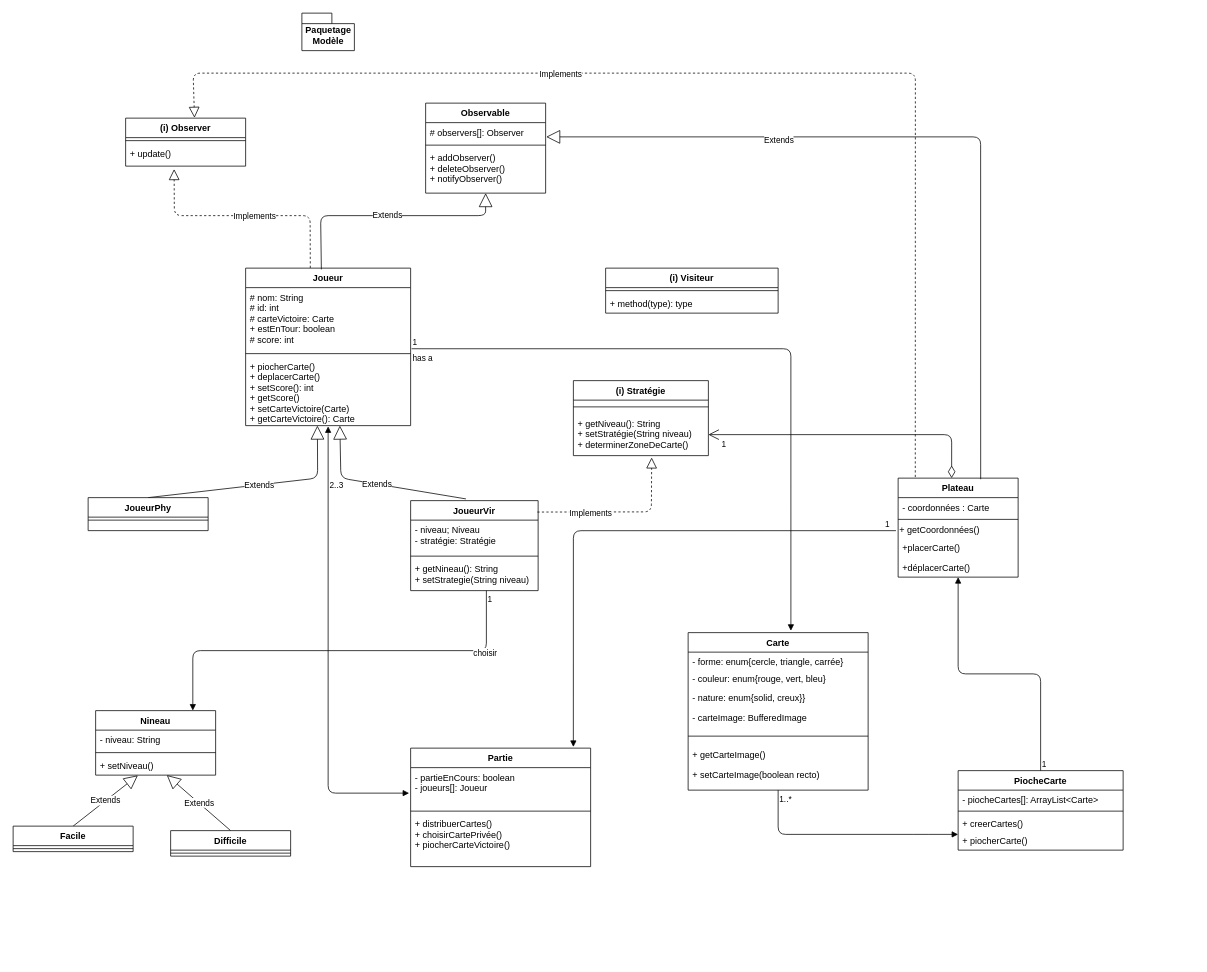
Before: classe_paquetageModèle.drawio in codingTheWorld777/Diagrams-Project_SHAPE_UP, a draw.io diagram. Source tidied: cells renumbered, new cells numbered last; positions are measured from the earlier drawing's top-left corner, leaving out a move shared by most shapes. Both pictures are drawn from the tidied source at 75%, with x=0, y=0 at pixel (13, 13).
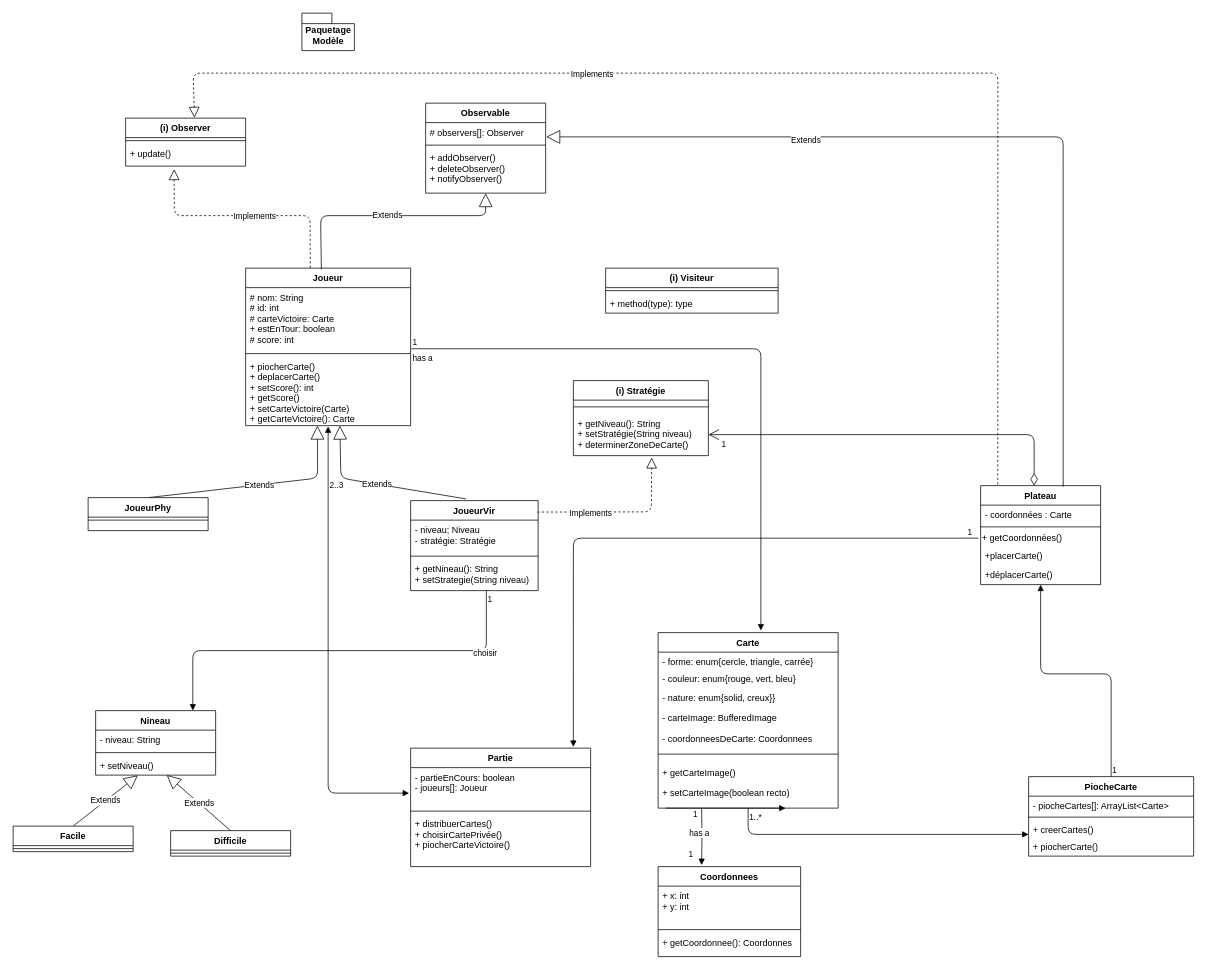
The same page after the edit.

The change refers to these unchanged cells:
```xml
<mxCell id="2" value="(i) Observer" style="swimlane;fontStyle=1;align=center;verticalAlign=top;horizontal=1;startSize=26;" parent="1" vertex="1">
  <mxGeometry x="150" y="140" width="160" height="64" as="geometry" />
</mxCell>
<mxCell id="15" value="# observers[]: Observer" style="text;strokeColor=none;fillColor=none;align=left;verticalAlign=top;spacingLeft=4;spacingRight=4;overflow=hidden;points=[[0,0.5],[1,0.5]];portConstraint=eastwest;" parent="14" vertex="1">
  <mxGeometry y="26" width="160" height="26" as="geometry" />
</mxCell>
```

Diff of the diagram source:
```diff
@@
     <mxCell id="26" value="Carte" style="swimlane;fontStyle=1;align=center;verticalAlign=top;horizontal=1;startSize=26;rounded=0;shadow=0;strokeWidth=1;" parent="1" vertex="1">
-      <mxGeometry x="900" y="826" width="240" height="210" as="geometry" />
+      <mxGeometry x="860" y="826" width="240" height="234" as="geometry" />
     </mxCell>
@@
-    <mxCell id="30" value="- carteImage: BufferedImage" style="text;align=left;verticalAlign=top;spacingLeft=4;spacingRight=4;overflow=hidden;rounded=0;shadow=0;html=0;" parent="26" vertex="1">
-      <mxGeometry y="100" width="240" height="26" as="geometry" />
+    <mxCell id="30" value="- carteImage: BufferedImage&#10;&#10;- coordonneesDeCarte: Coordonnees" style="text;align=left;verticalAlign=top;spacingLeft=4;spacingRight=4;overflow=hidden;rounded=0;shadow=0;html=0;" parent="26" vertex="1">
+      <mxGeometry y="100" width="240" height="50" as="geometry" />
     </mxCell>
     <mxCell id="31" style="line;html=1;strokeWidth=1;align=left;verticalAlign=middle;spacingTop=-1;spacingLeft=3;spacingRight=3;labelPosition=right;" parent="26" vertex="1">
-      <mxGeometry y="126" width="240" height="24" as="geometry" />
+      <mxGeometry y="150" width="240" height="24" as="geometry" />
     </mxCell>
     <mxCell id="32" value="+ getCarteImage()" style="text;align=left;verticalAlign=top;spacingLeft=4;spacingRight=4;overflow=hidden;" parent="26" vertex="1">
-      <mxGeometry y="150" width="240" height="26" as="geometry" />
+      <mxGeometry y="174" width="240" height="26" as="geometry" />
     </mxCell>
     <mxCell id="33" value="+ setCarteImage(boolean recto)" style="text;align=left;verticalAlign=top;spacingLeft=4;spacingRight=4;overflow=hidden;" parent="26" vertex="1">
-      <mxGeometry y="176" width="240" height="34" as="geometry" />
+      <mxGeometry y="200" width="240" height="34" as="geometry" />
     </mxCell>
@@
     <mxCell id="40" value="PiocheCarte" style="swimlane;fontStyle=1;align=center;verticalAlign=top;horizontal=1;startSize=26;" parent="1" vertex="1">
-      <mxGeometry x="1260" y="1010" width="220" height="106" as="geometry" />
+      <mxGeometry x="1354" y="1018" width="220" height="106" as="geometry" />
     </mxCell>
@@
     <mxCell id="49" value="Plateau" style="swimlane;fontStyle=1;align=center;verticalAlign=top;horizontal=1;startSize=26;" parent="1" vertex="1">
-      <mxGeometry x="1180" y="620" width="160" height="132" as="geometry" />
+      <mxGeometry x="1290" y="630" width="160" height="132" as="geometry" />
     </mxCell>
@@
     <mxCell id="64" value="Extends" style="endArrow=block;endSize=16;endFill=0;html=1;fontColor=#000000;exitX=0.688;exitY=0.011;exitDx=0;exitDy=0;exitPerimeter=0;entryX=1.005;entryY=0.731;entryDx=0;entryDy=0;entryPerimeter=0;" parent="1" edge="1" source="49" target="15">
       <mxGeometry x="0.4" y="5" relative="1" as="geometry">
         <Array as="points">
-          <mxPoint x="1290" y="165" />
+          <mxPoint x="1400" y="165" />
         </Array>
       </mxGeometry>
     </mxCell>
@@
     <mxCell id="67" style="endArrow=block;dashed=1;endFill=0;endSize=12;html=1;strokeColor=#000000;exitX=0.143;exitY=-0.011;exitDx=0;exitDy=0;exitPerimeter=0;entryX=0.574;entryY=-0.007;entryDx=0;entryDy=0;entryPerimeter=0;" parent="1" edge="1" source="49" target="2">
       <mxGeometry relative="1" as="geometry">
         <Array as="points">
-          <mxPoint x="1203" y="80" />
+          <mxPoint x="1313" y="80" />
           <mxPoint x="790" y="80" />
           <mxPoint x="510" y="80" />
           <mxPoint x="240" y="80" />
         </Array>
       </mxGeometry>
     </mxCell>
@@
+    <mxCell id="83" value="Coordonnees" style="swimlane;fontStyle=1;align=center;verticalAlign=top;horizontal=1;startSize=26;" parent="1" vertex="1">
+      <mxGeometry x="860" y="1138" width="190" height="120" as="geometry" />
+    </mxCell>
+    <mxCell id="84" value="+ x: int&#10;+ y: int" style="text;strokeColor=none;fillColor=none;align=left;verticalAlign=top;spacingLeft=4;spacingRight=4;overflow=hidden;" parent="83" vertex="1">
+      <mxGeometry y="26" width="190" height="54" as="geometry" />
+    </mxCell>
+    <mxCell id="85" style="line;strokeWidth=1;fillColor=none;align=left;verticalAlign=middle;spacingTop=-1;spacingLeft=3;spacingRight=3;labelPosition=right;" parent="83" vertex="1">
+      <mxGeometry y="80" width="190" height="8" as="geometry" />
+    </mxCell>
+    <mxCell id="86" value="+ getCoordonnee(): Coordonnes" style="text;strokeColor=none;fillColor=none;align=left;verticalAlign=top;spacingLeft=4;spacingRight=4;overflow=hidden;" parent="83" vertex="1">
+      <mxGeometry y="88" width="190" height="32" as="geometry" />
+    </mxCell>
+    <mxCell id="87" style="endArrow=block;endFill=1;html=1;edgeStyle=orthogonalEdgeStyle;align=left;verticalAlign=top;" parent="1" edge="1">
+      <mxGeometry x="-1" relative="1" as="geometry">
+        <mxPoint x="870" y="1060" as="sourcePoint" />
+        <mxPoint x="1030" y="1060" as="targetPoint" />
+      </mxGeometry>
+    </mxCell>
+    <mxCell id="88" value="has a" style="endArrow=block;endFill=1;html=1;edgeStyle=orthogonalEdgeStyle;align=left;verticalAlign=top;entryX=0.305;entryY=-0.017;entryDx=0;entryDy=0;entryPerimeter=0;" parent="1" edge="1" target="83">
+      <mxGeometry x="-0.47" y="-18" relative="1" as="geometry">
+        <mxPoint x="918" y="1060" as="sourcePoint" />
+      </mxGeometry>
+    </mxCell>
+    <mxCell id="89" value="1" style="edgeLabel;html=1;align=left;verticalAlign=bottom;" parent="88" vertex="1">
+      <mxGeometry x="-1" relative="1" as="geometry">
+        <mxPoint x="-13" y="16" as="offset" />
+      </mxGeometry>
+    </mxCell>
+    <mxCell id="90" value="1" style="edgeLabel;html=1;align=left;verticalAlign=bottom;" parent="1" vertex="1">
+      <mxGeometry x="915" y="1086" as="geometry">
+        <mxPoint x="-16" y="44" as="offset" />
+      </mxGeometry>
+    </mxCell>
```
